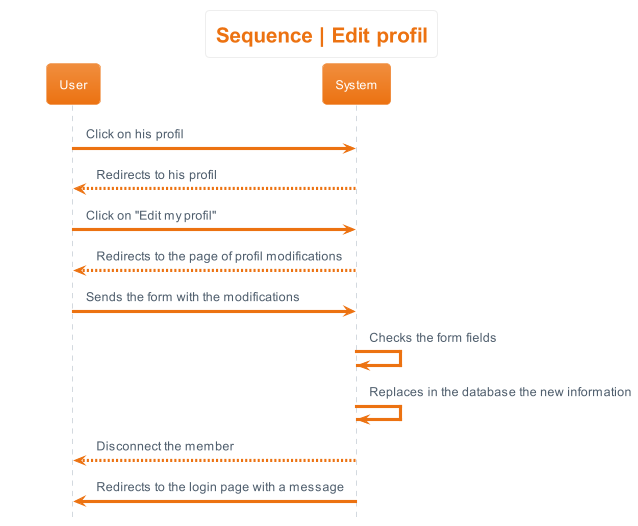
Earlier version of the PlantUML export 1_project_design/uml_diagrams/sequence/members/edit_profil/edit_profil/sequence__edit_profil.png (sebastien-d-me/SebBlog).
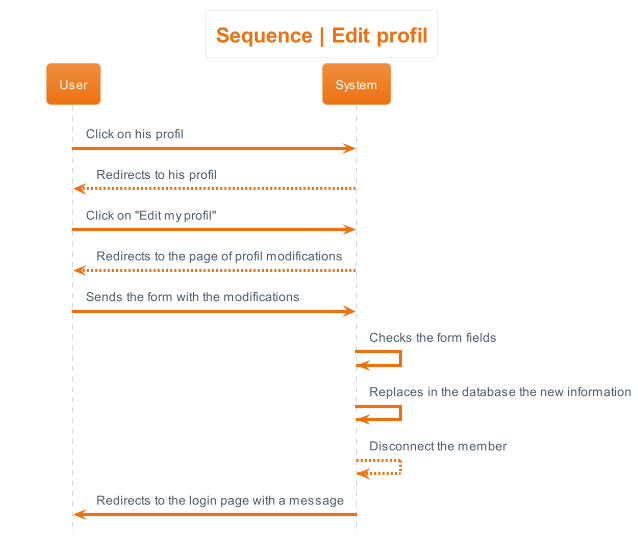
Later version of the same file.

Change to the diagram source:
```diff
@@ -13,6 +13,6 @@
 User -> System : Sends the form with the modifications
 System -> System : Checks the form fields
 System -> System : Replaces in the database the new information
-System --> User: Disconnect the member
+System --> System : Disconnect the member
 System -> User: Redirects to the login page with a message
 @enduml
```
